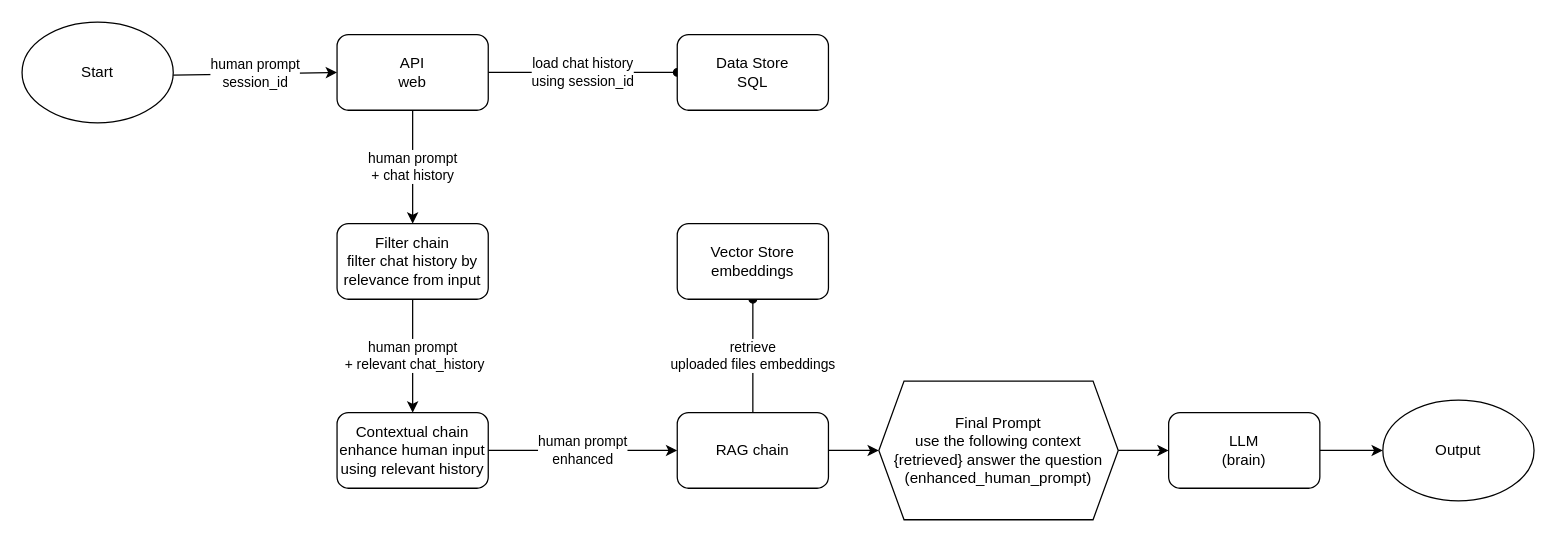
The draw.io diagram src/diagram.drawio in reke592/practice-lang, before the edit. Source tidied: cells renumbered, new cells numbered last; positions are measured from the earlier drawing's top-left corner, leaving out a move shared by most shapes. Both pictures are drawn from the tidied source at 126%, with x=0, y=0 at pixel (21, 21).
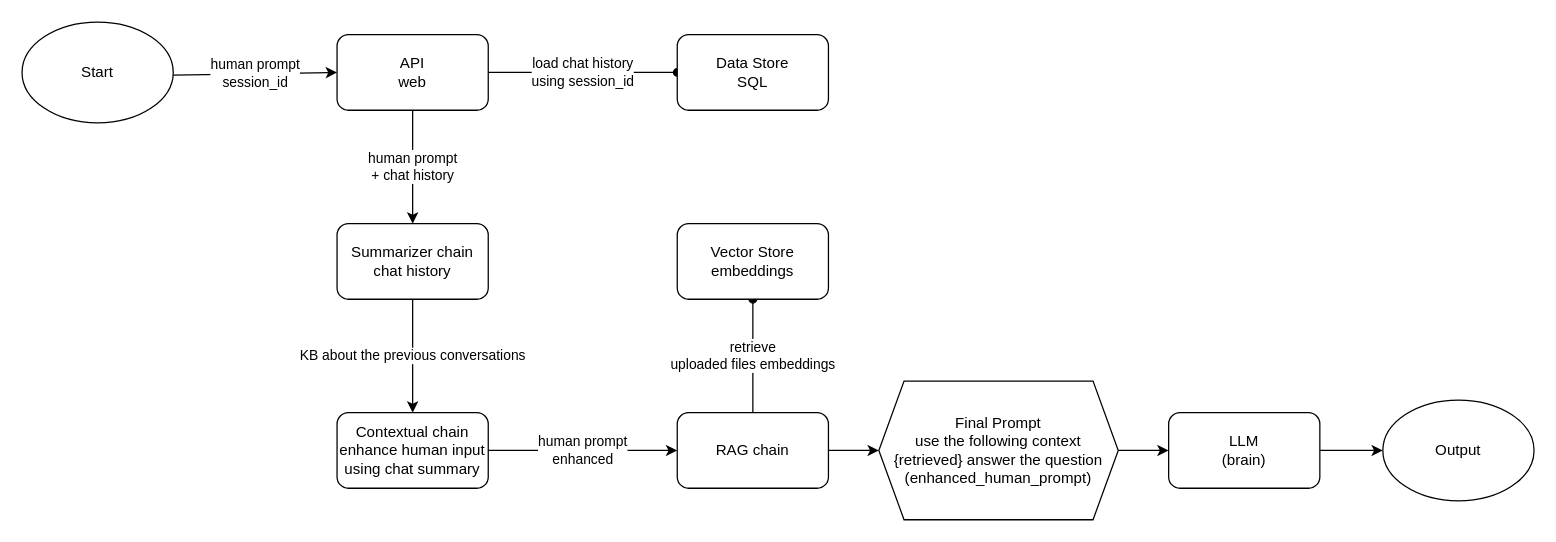
After the change.

Commit message (it also covers changes not shown here):
updated default model to qwen3:4b-instruct, use summarizer chain instead of filter chain for chat history to enhance the user input

Diff of the diagram source:
```diff
@@
-    <mxCell id="10" value="human prompt&lt;div&gt;&amp;nbsp;+ relevant chat_history&lt;/div&gt;" style="edgeStyle=none;html=1;entryX=0.5;entryY=0;entryDx=0;entryDy=0;" parent="1" edge="1" source="11" target="13">
+    <mxCell id="10" value="KB about the previous conversations" style="edgeStyle=none;html=1;entryX=0.5;entryY=0;entryDx=0;entryDy=0;" parent="1" edge="1" source="11" target="13">
       <mxGeometry relative="1" as="geometry" />
     </mxCell>
-    <mxCell id="11" value="Filter chain&lt;div&gt;filter chat history by relevance from input&lt;/div&gt;" style="rounded=1;whiteSpace=wrap;html=1;strokeColor=light-dark(#000000,#FF9933);" parent="1" vertex="1">
+    <mxCell id="11" value="Summarizer chain&lt;br&gt;&lt;div&gt;chat history&lt;/div&gt;" style="rounded=1;whiteSpace=wrap;html=1;strokeColor=light-dark(#000000,#FF9933);" parent="1" vertex="1">
       <mxGeometry x="250" y="160" width="120" height="60" as="geometry" />
     </mxCell>
@@
-    <mxCell id="13" value="Contextual chain&lt;div&gt;enhance human input using relevant history&lt;/div&gt;" style="rounded=1;whiteSpace=wrap;html=1;strokeColor=light-dark(#000000,#FF9933);" parent="1" vertex="1">
+    <mxCell id="13" value="Contextual chain&lt;div&gt;enhance human input using chat summary&lt;/div&gt;" style="rounded=1;whiteSpace=wrap;html=1;strokeColor=light-dark(#000000,#FF9933);" parent="1" vertex="1">
       <mxGeometry x="250" y="310" width="120" height="60" as="geometry" />
     </mxCell>
```
